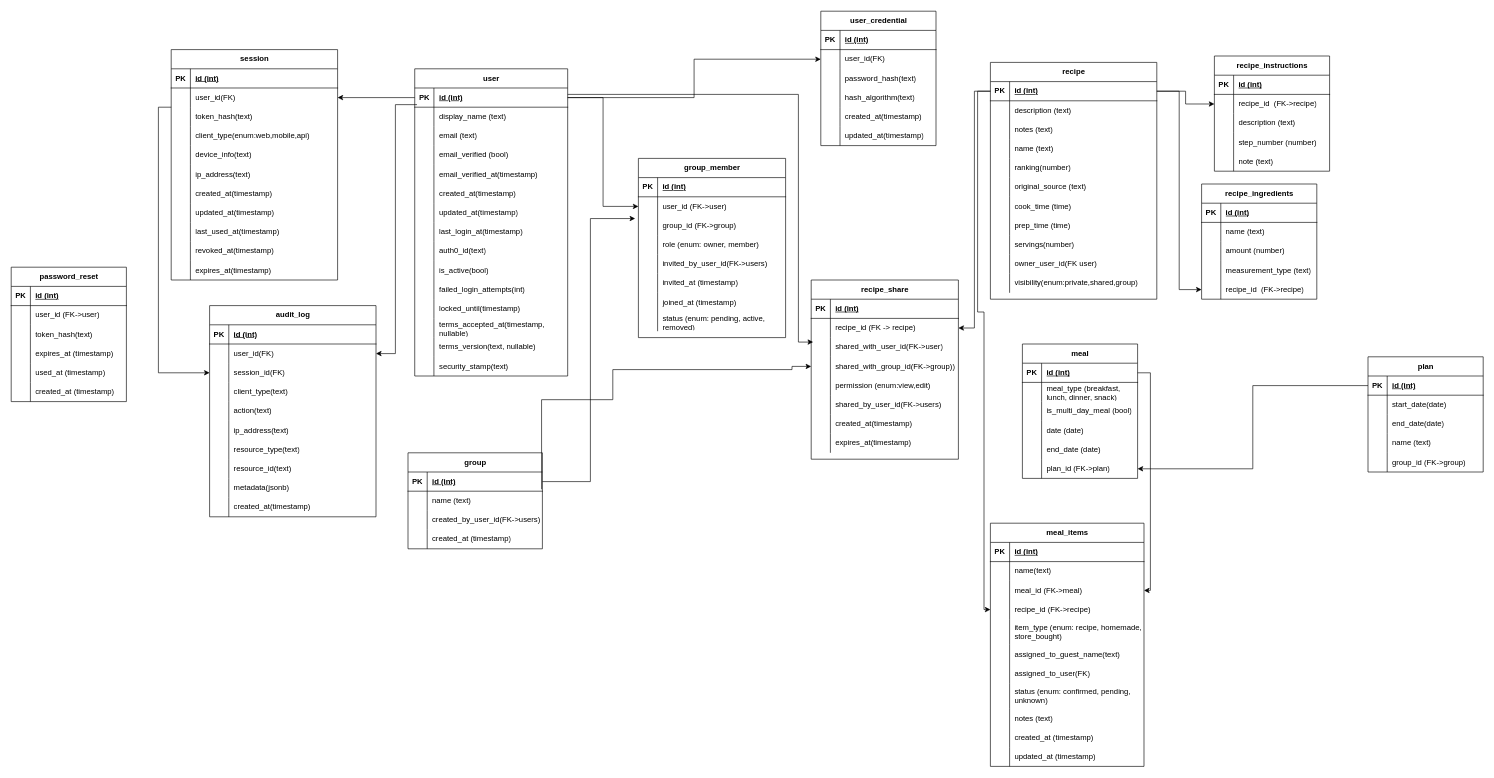
Above: docs/meal_planning_datamodel.drawio in salzheimer/mealplanner (draw.io), before the change. Source tidied: cells renumbered, new cells numbered last; positions are measured from the earlier drawing's top-left corner, leaving out a move shared by most shapes. Both pictures are drawn from the tidied source at 64%, with x=0, y=0 at pixel (11, 11).
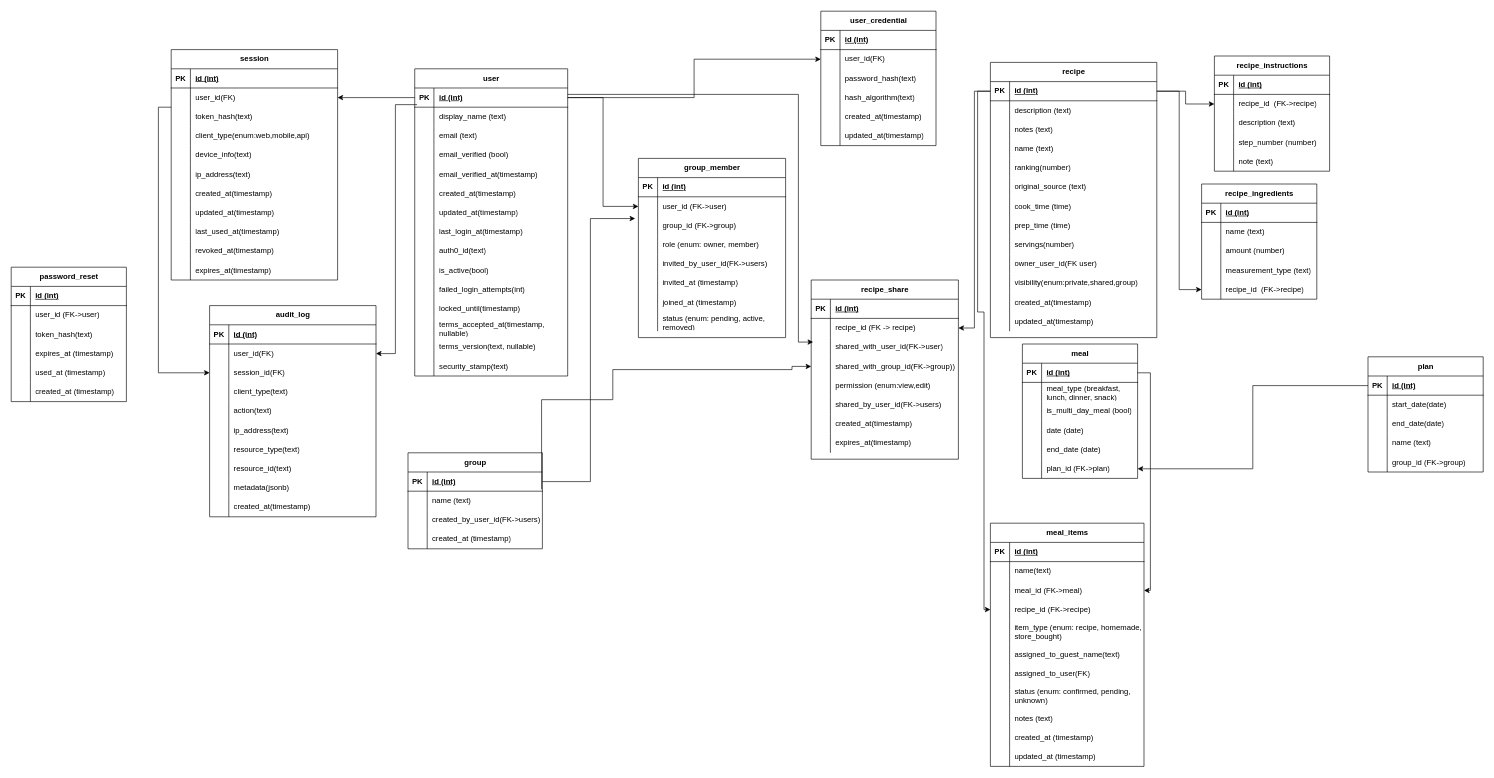
The same page after the edit.

Diff of the diagram source:
```diff
@@
     <mxCell id="2" value="recipe" style="shape=table;startSize=30;childLayout=tableLayout;rowLines=0;fontStyle=1;align=center;html=1;" parent="1" vertex="1">
-      <mxGeometry x="1530" y="80" width="260" height="370" as="geometry" />
+      <mxGeometry x="1530" y="80" width="260" height="430" as="geometry" />
     </mxCell>
@@
+    <mxCell id="363" style="shape=tableRow;horizontal=0;startSize=0;swimlaneHead=0;swimlaneBody=0;fillColor=none;top=0;left=0;right=0;bottom=0;" parent="2" vertex="1">
+      <mxGeometry y="360" width="260" height="30" as="geometry" />
+    </mxCell>
+    <mxCell id="364" style="shape=partialRectangle;fillColor=none;top=0;left=0;bottom=0;right=0;overflow=hidden;whiteSpace=wrap;html=1;" parent="363" vertex="1">
+      <mxGeometry width="30" height="30" as="geometry" />
+    </mxCell>
+    <mxCell id="365" value="created_at(timestamp)" style="shape=partialRectangle;fillColor=none;top=0;left=0;bottom=0;right=0;align=left;spacingLeft=6;overflow=hidden;whiteSpace=wrap;html=1;" parent="363" vertex="1">
+      <mxGeometry x="30" width="230" height="30" as="geometry" />
+    </mxCell>
+    <mxCell id="366" style="shape=tableRow;horizontal=0;startSize=0;swimlaneHead=0;swimlaneBody=0;fillColor=none;top=0;left=0;right=0;bottom=0;" parent="2" vertex="1">
+      <mxGeometry y="390" width="260" height="30" as="geometry" />
+    </mxCell>
+    <mxCell id="367" style="shape=partialRectangle;fillColor=none;top=0;left=0;bottom=0;right=0;overflow=hidden;whiteSpace=wrap;html=1;" parent="366" vertex="1">
+      <mxGeometry width="30" height="30" as="geometry" />
+    </mxCell>
+    <mxCell id="368" value="updated_at(timestamp)" style="shape=partialRectangle;fillColor=none;top=0;left=0;bottom=0;right=0;align=left;spacingLeft=6;overflow=hidden;whiteSpace=wrap;html=1;" parent="366" vertex="1">
+      <mxGeometry x="30" width="230" height="30" as="geometry" />
+    </mxCell>
```
